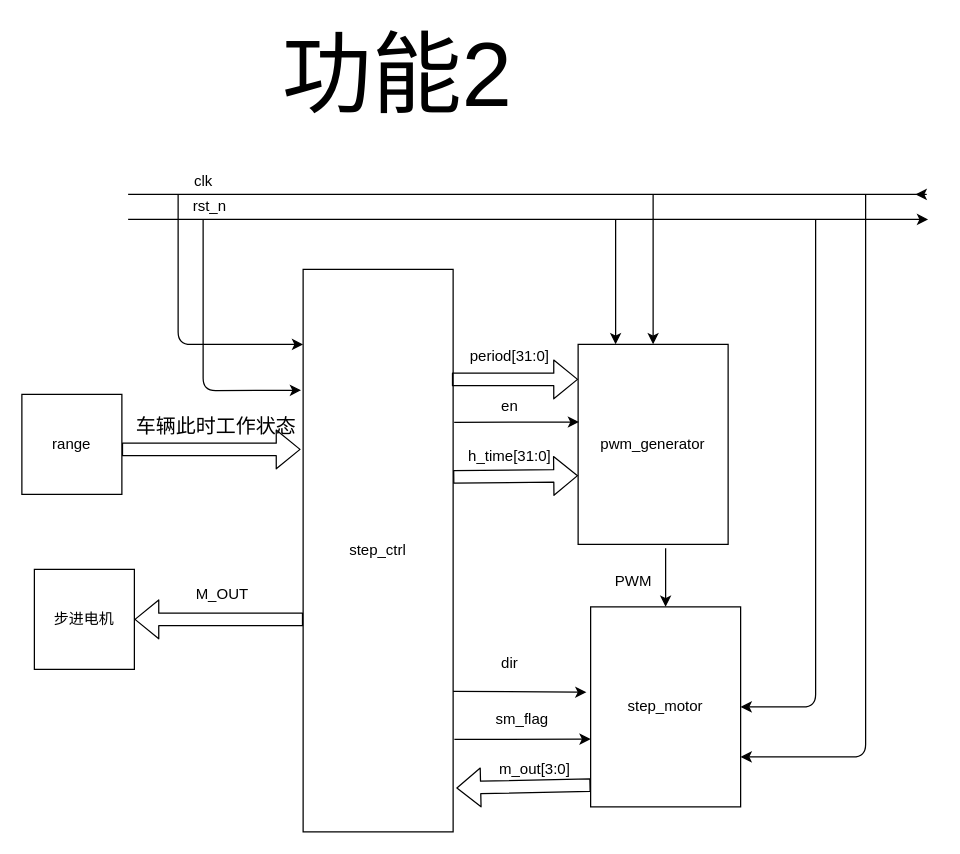
This is page "Page-3" (3 of 4) of all system.drawio from wu-bai-guo/bi-ye-she-ji, a draw.io file, before an edit. Source tidied: cells renumbered, new cells numbered last; positions are measured from the earlier drawing's top-left corner, leaving out a move shared by most shapes. Both pictures are drawn from the tidied source at 125%, with x=0, y=0 at pixel (21, 56).
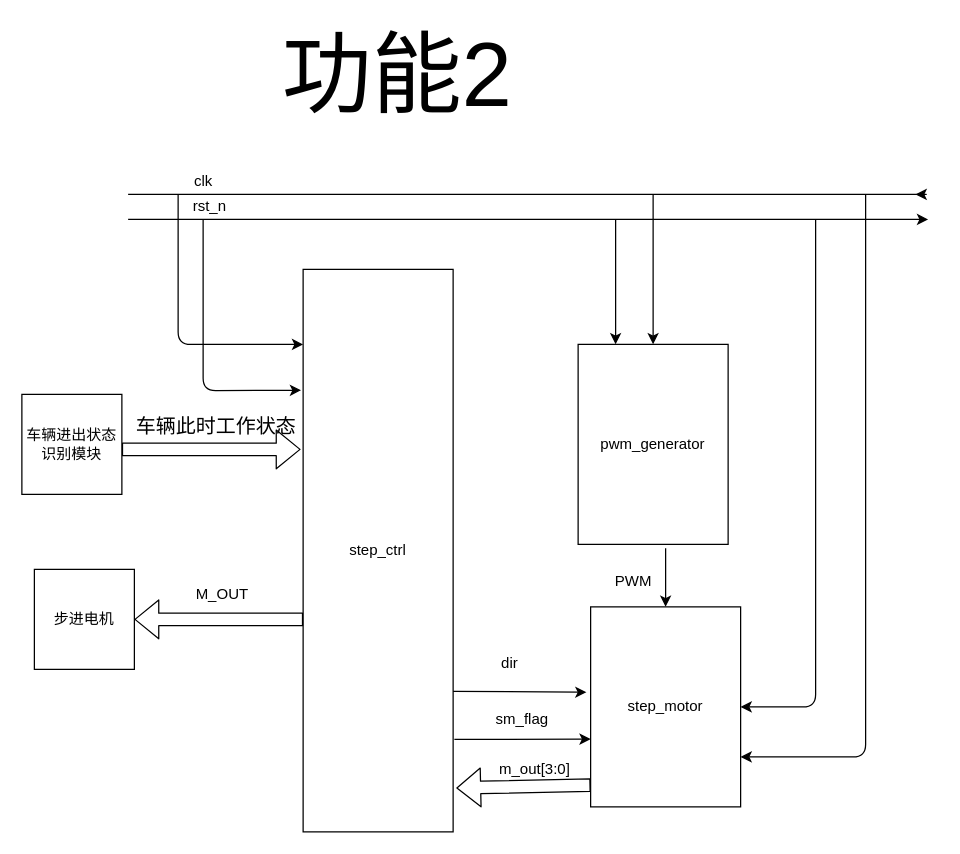
Above is the later version.

Unchanged cells that the change refers to:
```xml
<mxCell id="9" value="pwm_generator" style="whiteSpace=wrap;html=1;" parent="1" vertex="1">
  <mxGeometry x="445" y="230" width="120" height="160" as="geometry" />
</mxCell>
<mxCell id="11" value="step_ctrl" style="whiteSpace=wrap;html=1;" parent="1" vertex="1">
  <mxGeometry x="225" y="170" width="120" height="450" as="geometry" />
</mxCell>
```

The edit, as a diff of the source:
```diff
@@
-    <mxCell id="14" value="period[31:0]" style="text;html=1;align=center;verticalAlign=middle;strokeColor=none;" parent="1" vertex="1">
-      <mxGeometry x="350" y="230" width="80" height="20" as="geometry" />
-    </mxCell>
-    <mxCell id="15" value="h_time[31:0]" style="text;html=1;align=center;verticalAlign=middle;strokeColor=none;" parent="1" vertex="1">
-      <mxGeometry x="350" y="310" width="80" height="20" as="geometry" />
-    </mxCell>
-    <mxCell id="16" style="shape=flexArrow;endArrow=classic;html=1;" parent="1" edge="1">
-      <mxGeometry relative="1" as="geometry">
-        <mxPoint x="344" y="258" as="sourcePoint" />
-        <mxPoint x="445" y="258" as="targetPoint" />
-      </mxGeometry>
-    </mxCell>
-    <mxCell id="17" style="shape=flexArrow;endArrow=classic;html=1;exitX=1;exitY=0.369;exitDx=0;exitDy=0;exitPerimeter=0;" parent="1" edge="1" source="11">
-      <mxGeometry relative="1" as="geometry">
-        <mxPoint x="445" y="335" as="targetPoint" />
-      </mxGeometry>
-    </mxCell>
@@
-    <mxCell id="20" style="endArrow=classic;html=1;exitX=1.007;exitY=0.272;exitDx=0;exitDy=0;exitPerimeter=0;entryX=0.006;entryY=0.388;entryDx=0;entryDy=0;entryPerimeter=0;" parent="1" edge="1" source="11" target="9">
-      <mxGeometry relative="1" as="geometry" />
-    </mxCell>
-    <mxCell id="21" value="en" style="text;html=1;align=center;verticalAlign=middle;strokeColor=none;" parent="1" vertex="1">
-      <mxGeometry x="375" y="270" width="30" height="20" as="geometry" />
-    </mxCell>
@@
-    <mxCell id="34" value="range" style="whiteSpace=wrap;html=1;" parent="1" vertex="1">
+    <mxCell id="34" value="车辆进出状态识别模块" style="whiteSpace=wrap;html=1;" parent="1" vertex="1">
       <mxGeometry y="270" width="80" height="80" as="geometry" />
     </mxCell>
```
